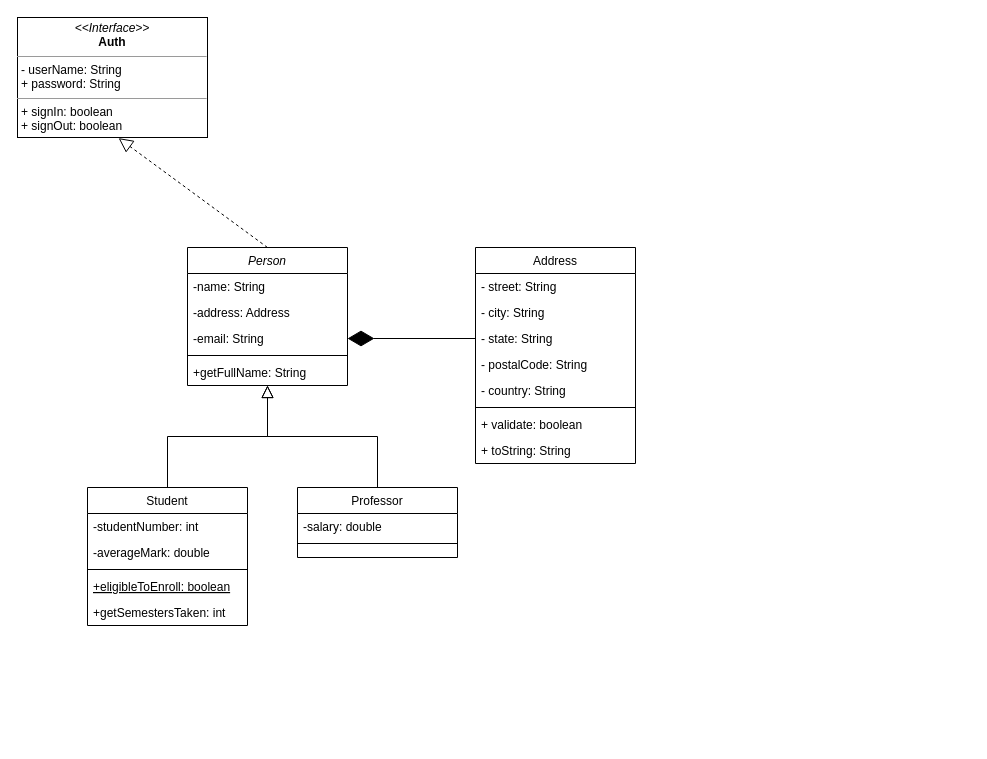
Above: examples/simple_class_diagram.drawio in JanitSri/JavaCodeGenerator (draw.io), before the change. Source tidied: cells renumbered, new cells numbered last; positions are measured from the earlier drawing's top-left corner, leaving out a move shared by most shapes. Both pictures are drawn from the tidied source at 100%, with x=0, y=0 at pixel (17, 17).
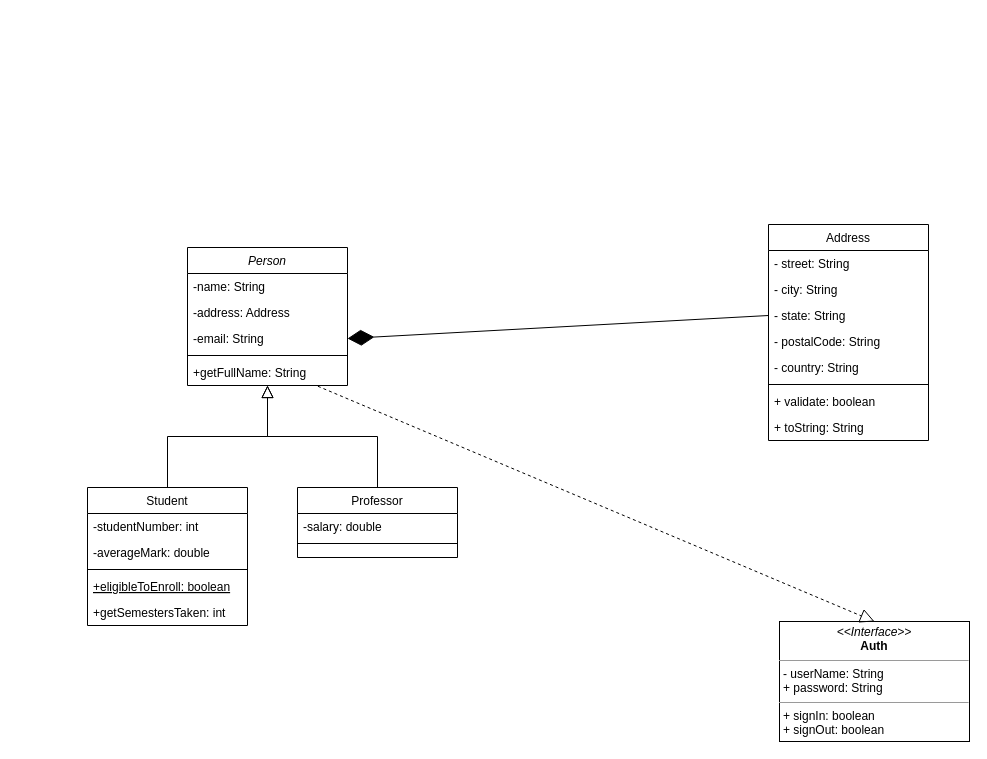
Above is the later version.

Commit message (it also covers changes not shown here):
finished html style parser, added class identification in syntax parser, fixed inconsistent python syntax

The change refers to these unchanged cells:
```xml
<mxCell id="2" value="Person" style="swimlane;fontStyle=2;align=center;verticalAlign=top;horizontal=1;startSize=26;rounded=0;shadow=0;strokeWidth=1;" parent="1" vertex="1">
  <mxGeometry x="170" y="230" width="160" height="138" as="geometry" />
</mxCell>
<mxCell id="7" value="+getFullName: String" style="text;align=left;verticalAlign=top;spacingLeft=4;spacingRight=4;overflow=hidden;points=[[0,0.5],[1,0.5]];portConstraint=eastwest;" parent="2" vertex="1">
  <mxGeometry y="112" width="160" height="26" as="geometry" />
</mxCell>
```

What changed in the source:
```diff
@@
     <mxCell id="19" value="Address" style="swimlane;fontStyle=0;align=center;verticalAlign=top;horizontal=1;startSize=26;rounded=0;shadow=0;strokeWidth=1;" parent="1" vertex="1">
-      <mxGeometry x="458" y="230" width="160" height="216" as="geometry" />
+      <mxGeometry x="751" y="207" width="160" height="216" as="geometry" />
     </mxCell>
@@
     <mxCell id="29" value="&lt;p style=&quot;margin: 0px ; margin-top: 4px ; text-align: center&quot;&gt;&lt;i&gt;&amp;lt;&amp;lt;Interface&amp;gt;&amp;gt;&lt;/i&gt;&lt;br&gt;&lt;b&gt;Auth&lt;/b&gt;&lt;/p&gt;&lt;hr size=&quot;1&quot;&gt;&lt;p style=&quot;margin: 0px ; margin-left: 4px&quot;&gt;- userName: String&lt;/p&gt;&lt;p style=&quot;margin: 0px ; margin-left: 4px&quot;&gt;+ password: String&lt;/p&gt;&lt;hr size=&quot;1&quot;&gt;&lt;p style=&quot;margin: 0px ; margin-left: 4px&quot;&gt;+ signIn: boolean&lt;br&gt;+ signOut: boolean&lt;/p&gt;" style="verticalAlign=top;align=left;overflow=fill;fontSize=12;fontFamily=Helvetica;html=1;" parent="1" vertex="1">
-      <mxGeometry width="190" height="120" as="geometry" />
+      <mxGeometry x="762" y="604" width="190" height="120" as="geometry" />
     </mxCell>
-    <mxCell id="30" style="endArrow=block;dashed=1;endFill=0;endSize=12;html=1;entryX=0.532;entryY=1.005;entryDx=0;entryDy=0;entryPerimeter=0;exitX=0.5;exitY=0;exitDx=0;exitDy=0;" parent="1" edge="1" source="2" target="29">
+    <mxCell id="30" style="endArrow=block;dashed=1;endFill=0;endSize=12;html=1;entryX=0.5;entryY=0;entryDx=0;entryDy=0;exitX=0.815;exitY=1.029;exitDx=0;exitDy=0;exitPerimeter=0;" parent="1" edge="1" source="7" target="29">
       <mxGeometry relative="1" as="geometry" />
     </mxCell>
```
